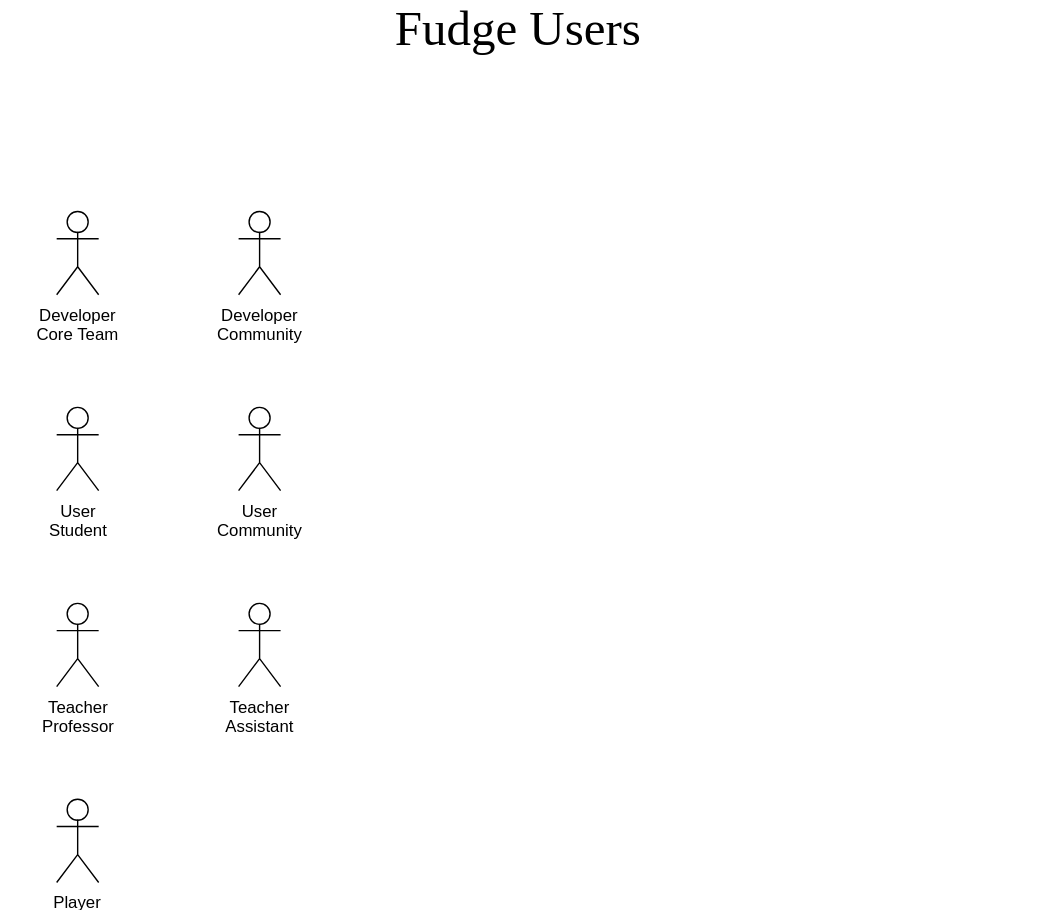
JirkaDellOro/FUDGE keeps this draw.io diagram as Design/Users.svg. Above is the earlier version. Source tidied: cells renumbered, new cells last; positions are measured from the earlier drawing's top-left corner, leaving out a move shared by most shapes.
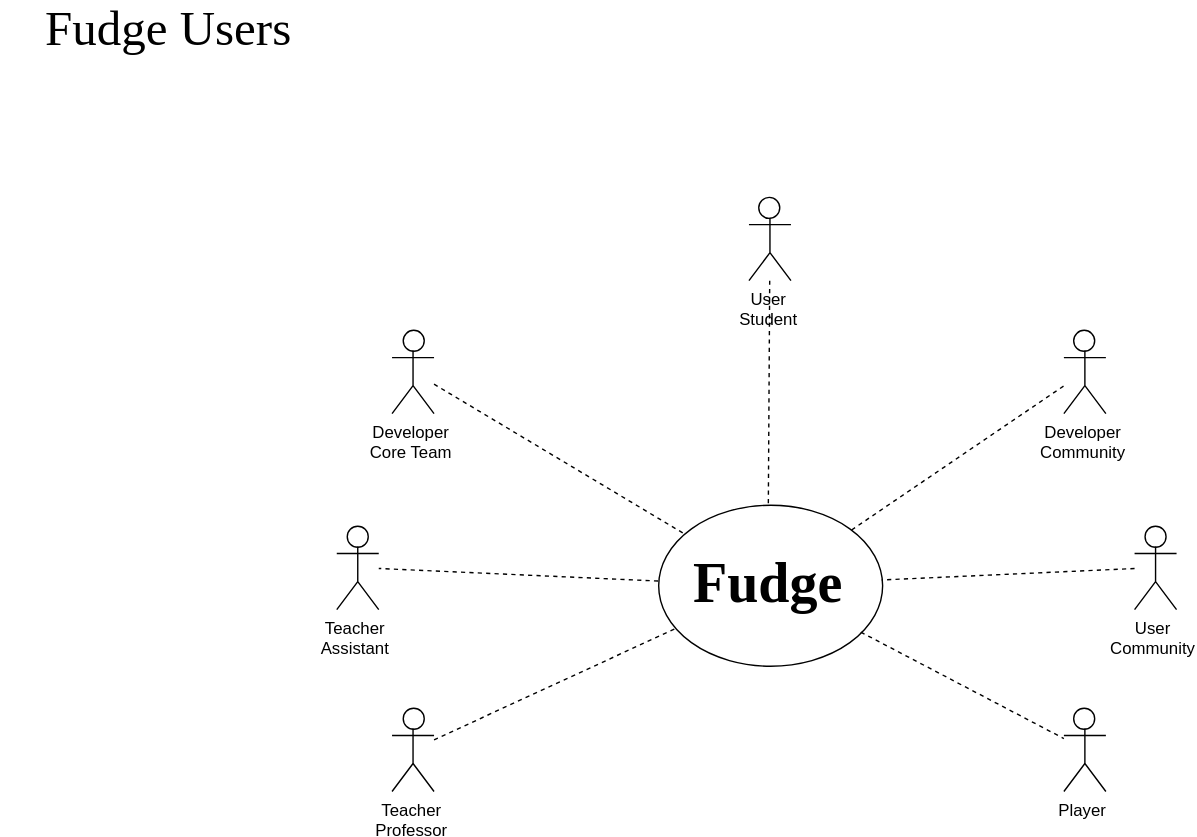
After the change.

Change to the diagram source:
```diff
@@ -3,28 +3,52 @@
     <mxCell id="0" />
     <mxCell id="1" parent="0" />
     <mxCell id="2" value="Developer&lt;br&gt;Core Team&lt;br&gt;" style="shape=umlActor;verticalLabelPosition=bottom;labelBackgroundColor=#ffffff;verticalAlign=top;html=1;outlineConnect=0;" parent="1" vertex="1">
-      <mxGeometry x="40" y="140" width="30" height="60" as="geometry" />
+      <mxGeometry x="289.5" y="225" width="30" height="60" as="geometry" />
     </mxCell>
     <mxCell id="3" value="Fudge Users" style="text;html=1;strokeColor=none;fillColor=none;align=center;verticalAlign=middle;whiteSpace=wrap;rounded=0;fontSize=35;fontFamily=Vivaldi;" parent="1" vertex="1">
-      <mxGeometry width="740" height="20" as="geometry" />
+      <mxGeometry x="10" width="240" height="20" as="geometry" />
     </mxCell>
     <mxCell id="4" value="Developer&lt;br&gt;Community&lt;br&gt;" style="shape=umlActor;verticalLabelPosition=bottom;labelBackgroundColor=#ffffff;verticalAlign=top;html=1;outlineConnect=0;" parent="1" vertex="1">
-      <mxGeometry x="170" y="140" width="30" height="60" as="geometry" />
+      <mxGeometry x="769.5" y="225" width="30" height="60" as="geometry" />
     </mxCell>
-    <mxCell id="5" value="User&lt;br&gt;Student&lt;br&gt;" style="shape=umlActor;verticalLabelPosition=bottom;labelBackgroundColor=#ffffff;verticalAlign=top;html=1;outlineConnect=0;" parent="1" vertex="1">
-      <mxGeometry x="40" y="280" width="30" height="60" as="geometry" />
+    <mxCell id="5" value="&lt;span style=&quot;background-color: rgb(255 , 255 , 255)&quot;&gt;User&lt;br&gt;Student&lt;/span&gt;&lt;br&gt;" style="shape=umlActor;verticalLabelPosition=bottom;labelBackgroundColor=#ffffff;verticalAlign=top;html=1;outlineConnect=0;" parent="1" vertex="1">
+      <mxGeometry x="544.5" y="130" width="30" height="60" as="geometry" />
     </mxCell>
     <mxCell id="6" value="Teacher&lt;br&gt;Professor&lt;br&gt;" style="shape=umlActor;verticalLabelPosition=bottom;labelBackgroundColor=#ffffff;verticalAlign=top;html=1;outlineConnect=0;" parent="1" vertex="1">
-      <mxGeometry x="40" y="420" width="30" height="60" as="geometry" />
+      <mxGeometry x="289.5" y="495" width="30" height="60" as="geometry" />
     </mxCell>
     <mxCell id="7" value="Player&lt;br&gt;" style="shape=umlActor;verticalLabelPosition=bottom;labelBackgroundColor=#ffffff;verticalAlign=top;html=1;outlineConnect=0;direction=east;" parent="1" vertex="1">
-      <mxGeometry x="40" y="560" width="30" height="60" as="geometry" />
+      <mxGeometry x="769.5" y="495" width="30" height="60" as="geometry" />
     </mxCell>
     <mxCell id="8" value="User&lt;br&gt;Community&lt;br&gt;" style="shape=umlActor;verticalLabelPosition=bottom;labelBackgroundColor=#ffffff;verticalAlign=top;html=1;outlineConnect=0;" parent="1" vertex="1">
-      <mxGeometry x="170" y="280" width="30" height="60" as="geometry" />
+      <mxGeometry x="820" y="365" width="30" height="60" as="geometry" />
     </mxCell>
     <mxCell id="9" value="Teacher&lt;br&gt;Assistant&lt;br&gt;" style="shape=umlActor;verticalLabelPosition=bottom;labelBackgroundColor=#ffffff;verticalAlign=top;html=1;outlineConnect=0;" parent="1" vertex="1">
-      <mxGeometry x="170" y="420" width="30" height="60" as="geometry" />
+      <mxGeometry x="250" y="365" width="30" height="60" as="geometry" />
     </mxCell>
+    <mxCell id="10" value="&lt;h1&gt;&lt;font style=&quot;font-size: 40px&quot;&gt;Fudge&lt;/font&gt;&lt;/h1&gt;" style="ellipse;whiteSpace=wrap;html=1;fontFamily=Vivaldi;" parent="1" vertex="1">
+      <mxGeometry x="479.5" y="350" width="160" height="115" as="geometry" />
+    </mxCell>
+    <mxCell id="11" style="endArrow=none;dashed=1;html=1;" parent="1" edge="1" source="10" target="9">
+      <mxGeometry relative="1" as="geometry" />
+    </mxCell>
+    <mxCell id="12" style="endArrow=none;dashed=1;html=1;" parent="1" edge="1" source="2" target="10">
+      <mxGeometry relative="1" as="geometry" />
+    </mxCell>
+    <mxCell id="13" style="endArrow=none;dashed=1;html=1;" parent="1" edge="1" source="10" target="4">
+      <mxGeometry relative="1" as="geometry" />
+    </mxCell>
+    <mxCell id="14" style="endArrow=none;dashed=1;html=1;" parent="1" edge="1" source="8" target="10">
+      <mxGeometry relative="1" as="geometry" />
+    </mxCell>
+    <mxCell id="15" style="endArrow=none;dashed=1;html=1;" parent="1" edge="1" source="10" target="7">
+      <mxGeometry relative="1" as="geometry" />
+    </mxCell>
+    <mxCell id="16" style="endArrow=none;dashed=1;html=1;" parent="1" edge="1" source="6" target="10">
+      <mxGeometry relative="1" as="geometry" />
+    </mxCell>
+    <mxCell id="17" style="endArrow=none;dashed=1;html=1;" parent="1" edge="1" source="5" target="10">
+      <mxGeometry relative="1" as="geometry" />
+    </mxCell>
   </root>
 </mxGraphModel>
```
